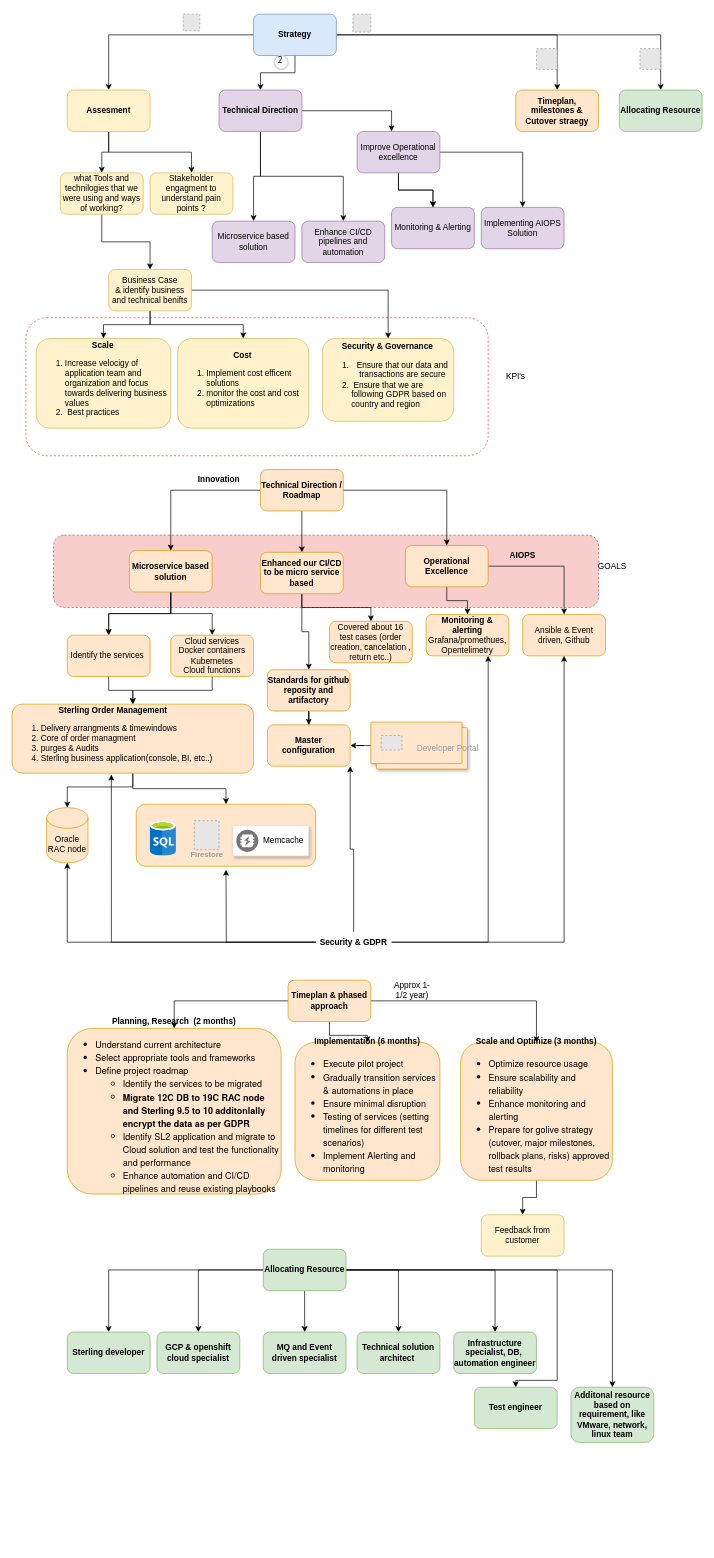
chkamal2006/FlowChart keeps this draw.io diagram as Untitled Diagram.drawio. Above is the earlier version. Source tidied: cells renumbered, new cells numbered last; positions are measured from the earlier drawing's top-left corner, leaving out a move shared by most shapes. Both pictures are drawn from the tidied source at 69%, with x=0, y=0 at pixel (12, 14). Pictures stored in the file or linked from it are replaced by grey dashed boxes.
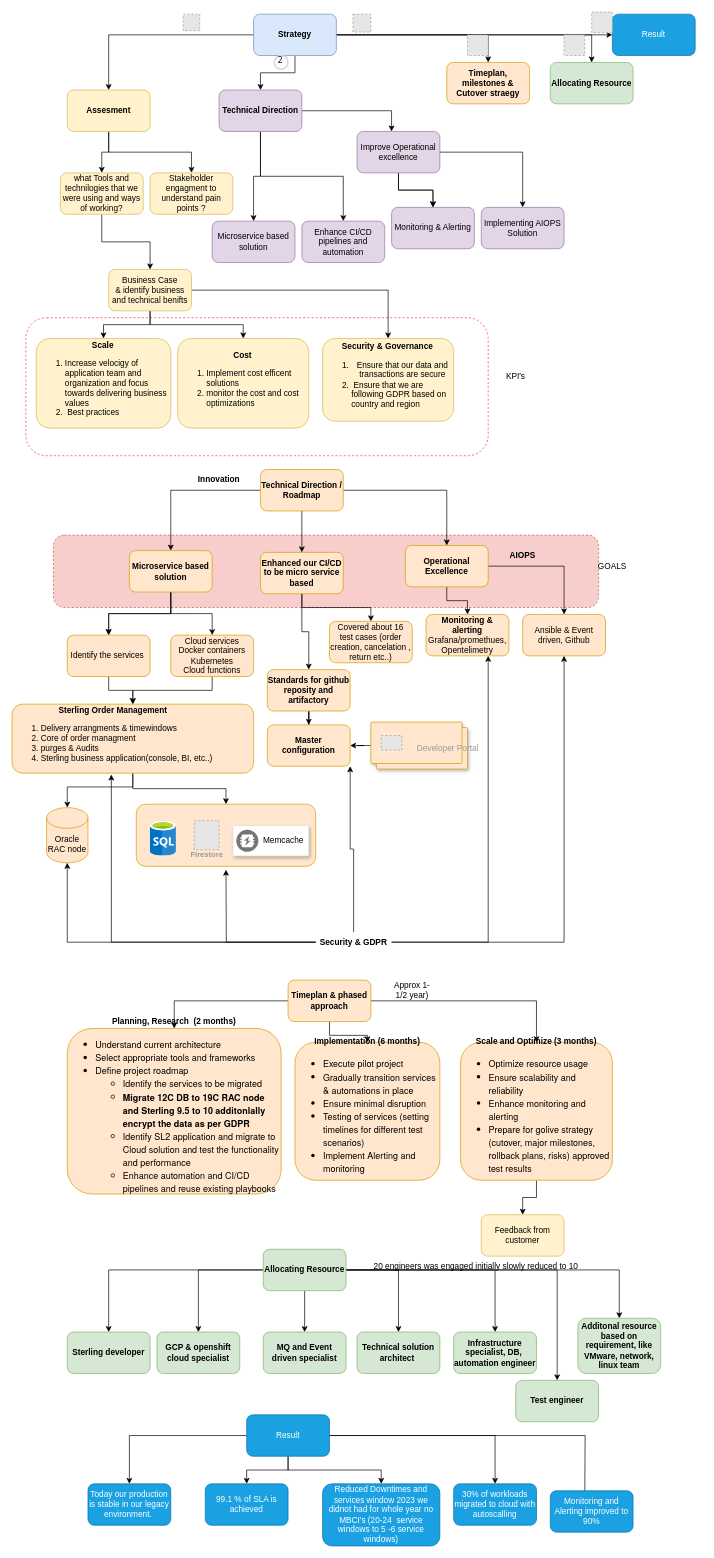
The same diagram, later.

Unchanged cells that the change refers to:
```xml
<mxCell id="9" value="Strategy" style="rounded=1;whiteSpace=wrap;html=1;fillColor=#dae8fc;strokeColor=#6c8ebf;fontStyle=1;" parent="1" vertex="1">
  <mxGeometry x="350" width="120" height="60" as="geometry" />
</mxCell>
<mxCell id="103" value="Allocating Resource" style="rounded=1;whiteSpace=wrap;html=1;fontStyle=1;fillColor=#d5e8d4;strokeColor=#82b366;" parent="1" vertex="1">
  <mxGeometry x="364" y="1790" width="120" height="60" as="geometry" />
</mxCell>
```

Change to the diagram source:
```diff
@@
+    <mxCell id="113" style="edgeStyle=orthogonalEdgeStyle;rounded=0;jettySize=auto;html=1;" parent="1" edge="1" source="9" target="126">
+      <mxGeometry relative="1" as="geometry" />
+    </mxCell>
@@
     <mxCell id="79" value="Timeplan, milestones &amp;amp; Cutover straegy" style="whiteSpace=wrap;html=1;rounded=1;fillColor=#ffe6cc;strokeColor=#d79b00;fontStyle=1;" parent="1" vertex="1">
-      <mxGeometry x="730" y="110" width="120" height="60" as="geometry" />
+      <mxGeometry x="630" y="70" width="120" height="60" as="geometry" />
     </mxCell>
@@
     <mxCell id="95" value="Allocating Resource" style="rounded=1;whiteSpace=wrap;html=1;fillColor=#d5e8d4;strokeColor=#82b366;fontStyle=1;" parent="1" vertex="1">
-      <mxGeometry x="880" y="110" width="120" height="60" as="geometry" />
+      <mxGeometry x="780" y="70" width="120" height="60" as="geometry" />
     </mxCell>
@@
     <mxCell id="101" style="edgeStyle=orthogonalEdgeStyle;rounded=0;jettySize=auto;html=1;entryX=0.5;entryY=0;entryDx=0;entryDy=0;" parent="1" edge="1" source="103" target="109">
       <mxGeometry relative="1" as="geometry">
         <Array as="points">
           <mxPoint x="790" y="1820" />
-          <mxPoint x="790" y="1980" />
-          <mxPoint x="730" y="1980" />
         </Array>
       </mxGeometry>
     </mxCell>
@@
     <mxCell id="109" value="Test engineer" style="whiteSpace=wrap;html=1;rounded=1;fontStyle=1;fillColor=#d5e8d4;strokeColor=#82b366;" parent="1" vertex="1">
-      <mxGeometry x="670" y="1990" width="120" height="60" as="geometry" />
+      <mxGeometry x="730" y="1980" width="120" height="60" as="geometry" />
     </mxCell>
     <mxCell id="110" value="Additonal resource based on requirement, like VMware, network, linux team" style="rounded=1;whiteSpace=wrap;html=1;fontStyle=1;fillColor=#d5e8d4;strokeColor=#82b366;" parent="1" vertex="1">
-      <mxGeometry x="810" y="1990" width="120" height="80" as="geometry" />
+      <mxGeometry x="820" y="1890" width="120" height="80" as="geometry" />
     </mxCell>
     <mxCell id="111" style="fillColor=#E6E6E6;strokeColor=#999999;dashed=1;html=1;verticalAlign=top;verticalLabelPosition=bottom;labelBackgroundColor=#ffffff;" parent="1" vertex="1">
-      <mxGeometry x="760" y="50" width="30" height="30" as="geometry" />
+      <mxGeometry x="660" y="30" width="30" height="30" as="geometry" />
     </mxCell>
     <mxCell id="112" style="fillColor=#E6E6E6;strokeColor=#999999;dashed=1;html=1;verticalAlign=top;verticalLabelPosition=bottom;labelBackgroundColor=#ffffff;" parent="1" vertex="1">
-      <mxGeometry x="910" y="50" width="30" height="30" as="geometry" />
+      <mxGeometry x="800" y="30" width="30" height="30" as="geometry" />
     </mxCell>
+    <mxCell id="114" style="edgeStyle=orthogonalEdgeStyle;rounded=0;jettySize=auto;html=1;" parent="1" edge="1" source="119" target="120">
+      <mxGeometry relative="1" as="geometry" />
+    </mxCell>
+    <mxCell id="115" style="edgeStyle=orthogonalEdgeStyle;rounded=0;jettySize=auto;html=1;" parent="1" edge="1" source="119" target="121">
+      <mxGeometry relative="1" as="geometry" />
+    </mxCell>
+    <mxCell id="116" style="edgeStyle=orthogonalEdgeStyle;rounded=0;jettySize=auto;html=1;" parent="1" edge="1" source="119" target="122">
+      <mxGeometry relative="1" as="geometry" />
+    </mxCell>
+    <mxCell id="117" style="edgeStyle=orthogonalEdgeStyle;rounded=0;jettySize=auto;html=1;" parent="1" edge="1" source="119" target="123">
+      <mxGeometry relative="1" as="geometry" />
+    </mxCell>
+    <mxCell id="118" style="edgeStyle=orthogonalEdgeStyle;rounded=0;jettySize=auto;html=1;exitX=1;exitY=0.5;exitDx=0;exitDy=0;" parent="1" edge="1" source="119">
+      <mxGeometry relative="1" as="geometry">
+        <mxPoint x="830" y="2150" as="targetPoint" />
+      </mxGeometry>
+    </mxCell>
+    <mxCell id="119" value="Result" style="rounded=1;whiteSpace=wrap;html=1;fillColor=#1ba1e2;fontColor=#ffffff;strokeColor=#006EAF;" parent="1" vertex="1">
+      <mxGeometry x="340" y="2030" width="120" height="60" as="geometry" />
+    </mxCell>
+    <mxCell id="120" value="Today our production is stable in our legacy environment.&amp;nbsp;" style="rounded=1;whiteSpace=wrap;html=1;fillColor=#1ba1e2;fontColor=#ffffff;strokeColor=#006EAF;" parent="1" vertex="1">
+      <mxGeometry x="110" y="2130" width="120" height="60" as="geometry" />
+    </mxCell>
+    <mxCell id="121" value="99.1 % of SLA is achieved" style="whiteSpace=wrap;html=1;rounded=1;fillColor=#1ba1e2;fontColor=#ffffff;strokeColor=#006EAF;" parent="1" vertex="1">
+      <mxGeometry x="280" y="2130" width="120" height="60" as="geometry" />
+    </mxCell>
+    <mxCell id="122" value="Reduced Downtimes and services window 2023 we didnot had for whole year no MBCI's (20-24&amp;nbsp; service windows to 5 -6 service windows)" style="whiteSpace=wrap;html=1;rounded=1;fillColor=#1ba1e2;fontColor=#ffffff;strokeColor=#006EAF;" parent="1" vertex="1">
+      <mxGeometry x="450" y="2130" width="170" height="90" as="geometry" />
+    </mxCell>
+    <mxCell id="123" value="30% of workloads migrated to cloud with autoscalling" style="whiteSpace=wrap;html=1;rounded=1;fillColor=#1ba1e2;fontColor=#ffffff;strokeColor=#006EAF;" parent="1" vertex="1">
+      <mxGeometry x="640" y="2130" width="120" height="60" as="geometry" />
+    </mxCell>
+    <mxCell id="124" value="Monitoring and Alerting improved to 90%" style="whiteSpace=wrap;html=1;rounded=1;fillColor=#1ba1e2;fontColor=#ffffff;strokeColor=#006EAF;" parent="1" vertex="1">
+      <mxGeometry x="780" y="2140" width="120" height="60" as="geometry" />
+    </mxCell>
+    <mxCell id="125" value="20 engineers was engaged initially slowly reduced to 10" style="text;html=1;align=center;verticalAlign=middle;whiteSpace=wrap;rounded=0;" parent="1" vertex="1">
+      <mxGeometry x="515" y="1800" width="315" height="30" as="geometry" />
+    </mxCell>
+    <mxCell id="126" value="Result" style="rounded=1;whiteSpace=wrap;html=1;fillColor=#1ba1e2;fontColor=#ffffff;strokeColor=#006EAF;" parent="1" vertex="1">
+      <mxGeometry x="870" width="120" height="60" as="geometry" />
+    </mxCell>
+    <mxCell id="127" style="fillColor=#E6E6E6;strokeColor=#999999;dashed=1;html=1;verticalAlign=top;verticalLabelPosition=bottom;labelBackgroundColor=#ffffff;" parent="1" vertex="1">
+      <mxGeometry x="840" y="-3" width="30" height="30" as="geometry" />
+    </mxCell>
```
